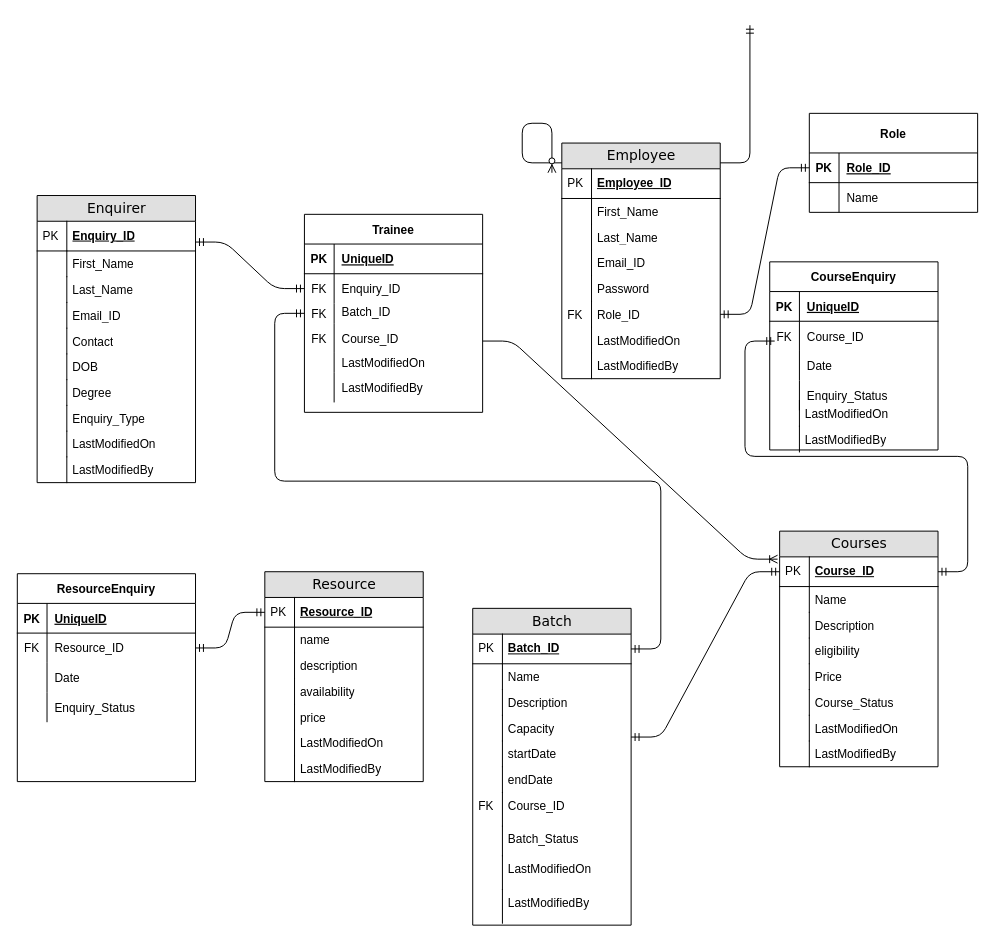
This is Untitled Diagram.drawio from sanketuttarwar/SE2_FaithInfotech, a draw.io file, before an edit. Source tidied: cells renumbered, new cells numbered last; positions are measured from the earlier drawing's top-left corner, leaving out a move shared by most shapes. Both pictures are drawn from the tidied source at 99%, with x=0, y=0 at pixel (17, 25).
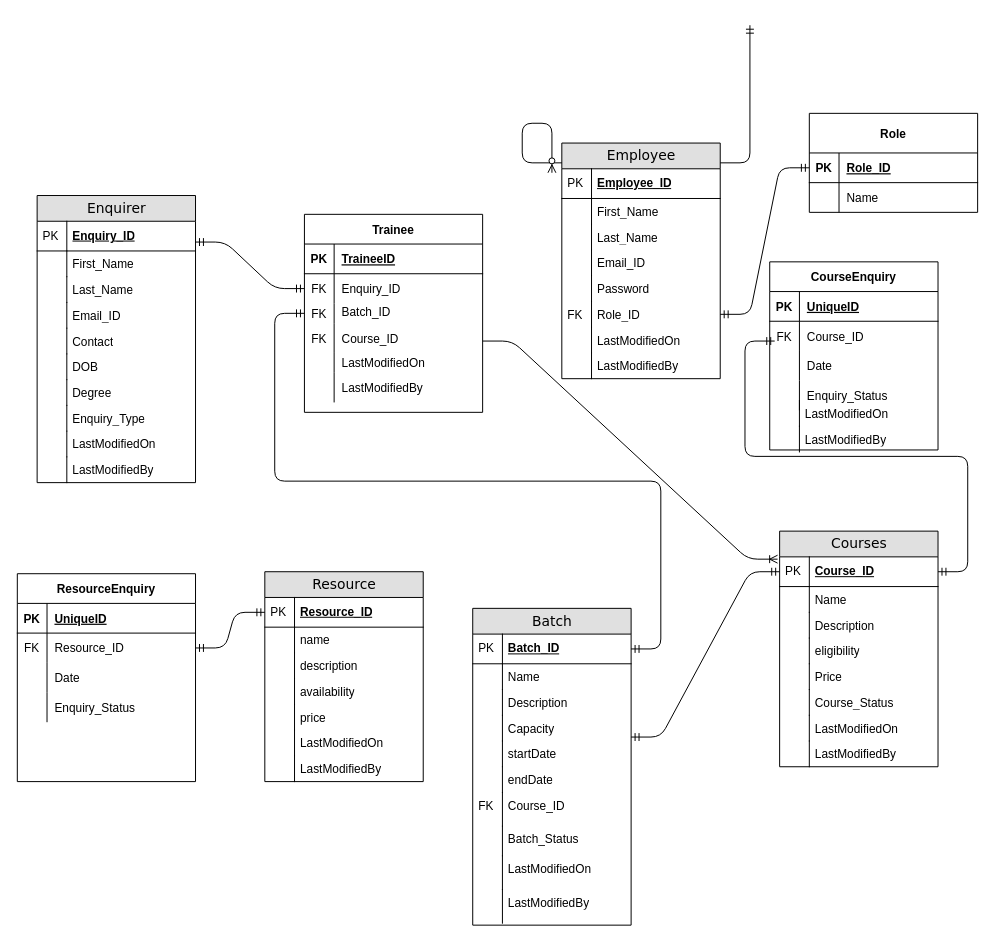
After the change.

The change refers to these unchanged cells:
```xml
<mxCell id="66" style="shape=partialRectangle;fillColor=none;top=0;left=0;bottom=1;right=0;" parent="65" vertex="1">
  <mxGeometry y="30" width="180" height="30" as="geometry" />
</mxCell>
```

Change to the diagram source:
```diff
@@
-    <mxCell id="68" value="UniqueID" style="shape=partialRectangle;fillColor=none;top=0;left=0;bottom=0;right=0;align=left;spacingLeft=6;fontStyle=5;overflow=hidden;" parent="66" vertex="1">
+    <mxCell id="68" value="TraineeID" style="shape=partialRectangle;fillColor=none;top=0;left=0;bottom=0;right=0;align=left;spacingLeft=6;fontStyle=5;overflow=hidden;" parent="66" vertex="1">
       <mxGeometry x="30" width="150" height="30" as="geometry" />
     </mxCell>
```
